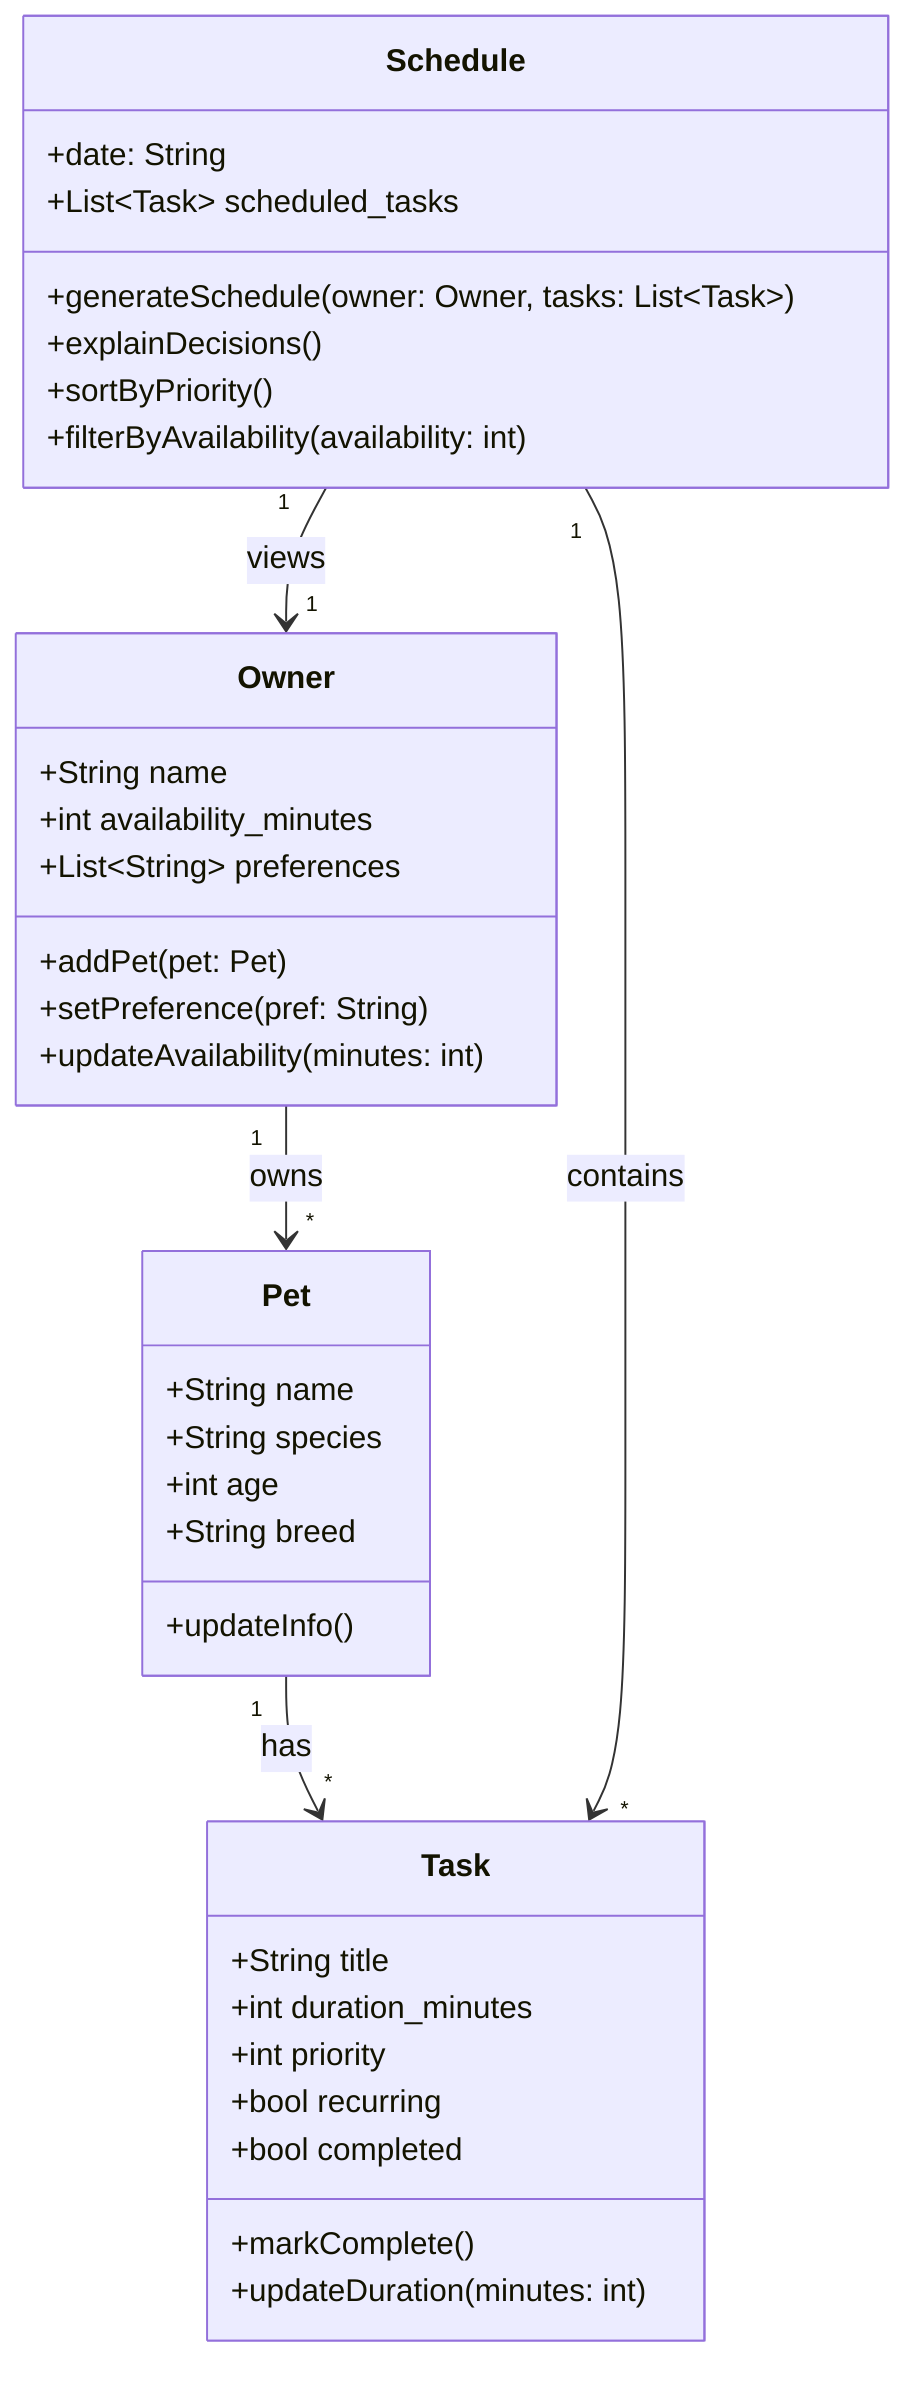
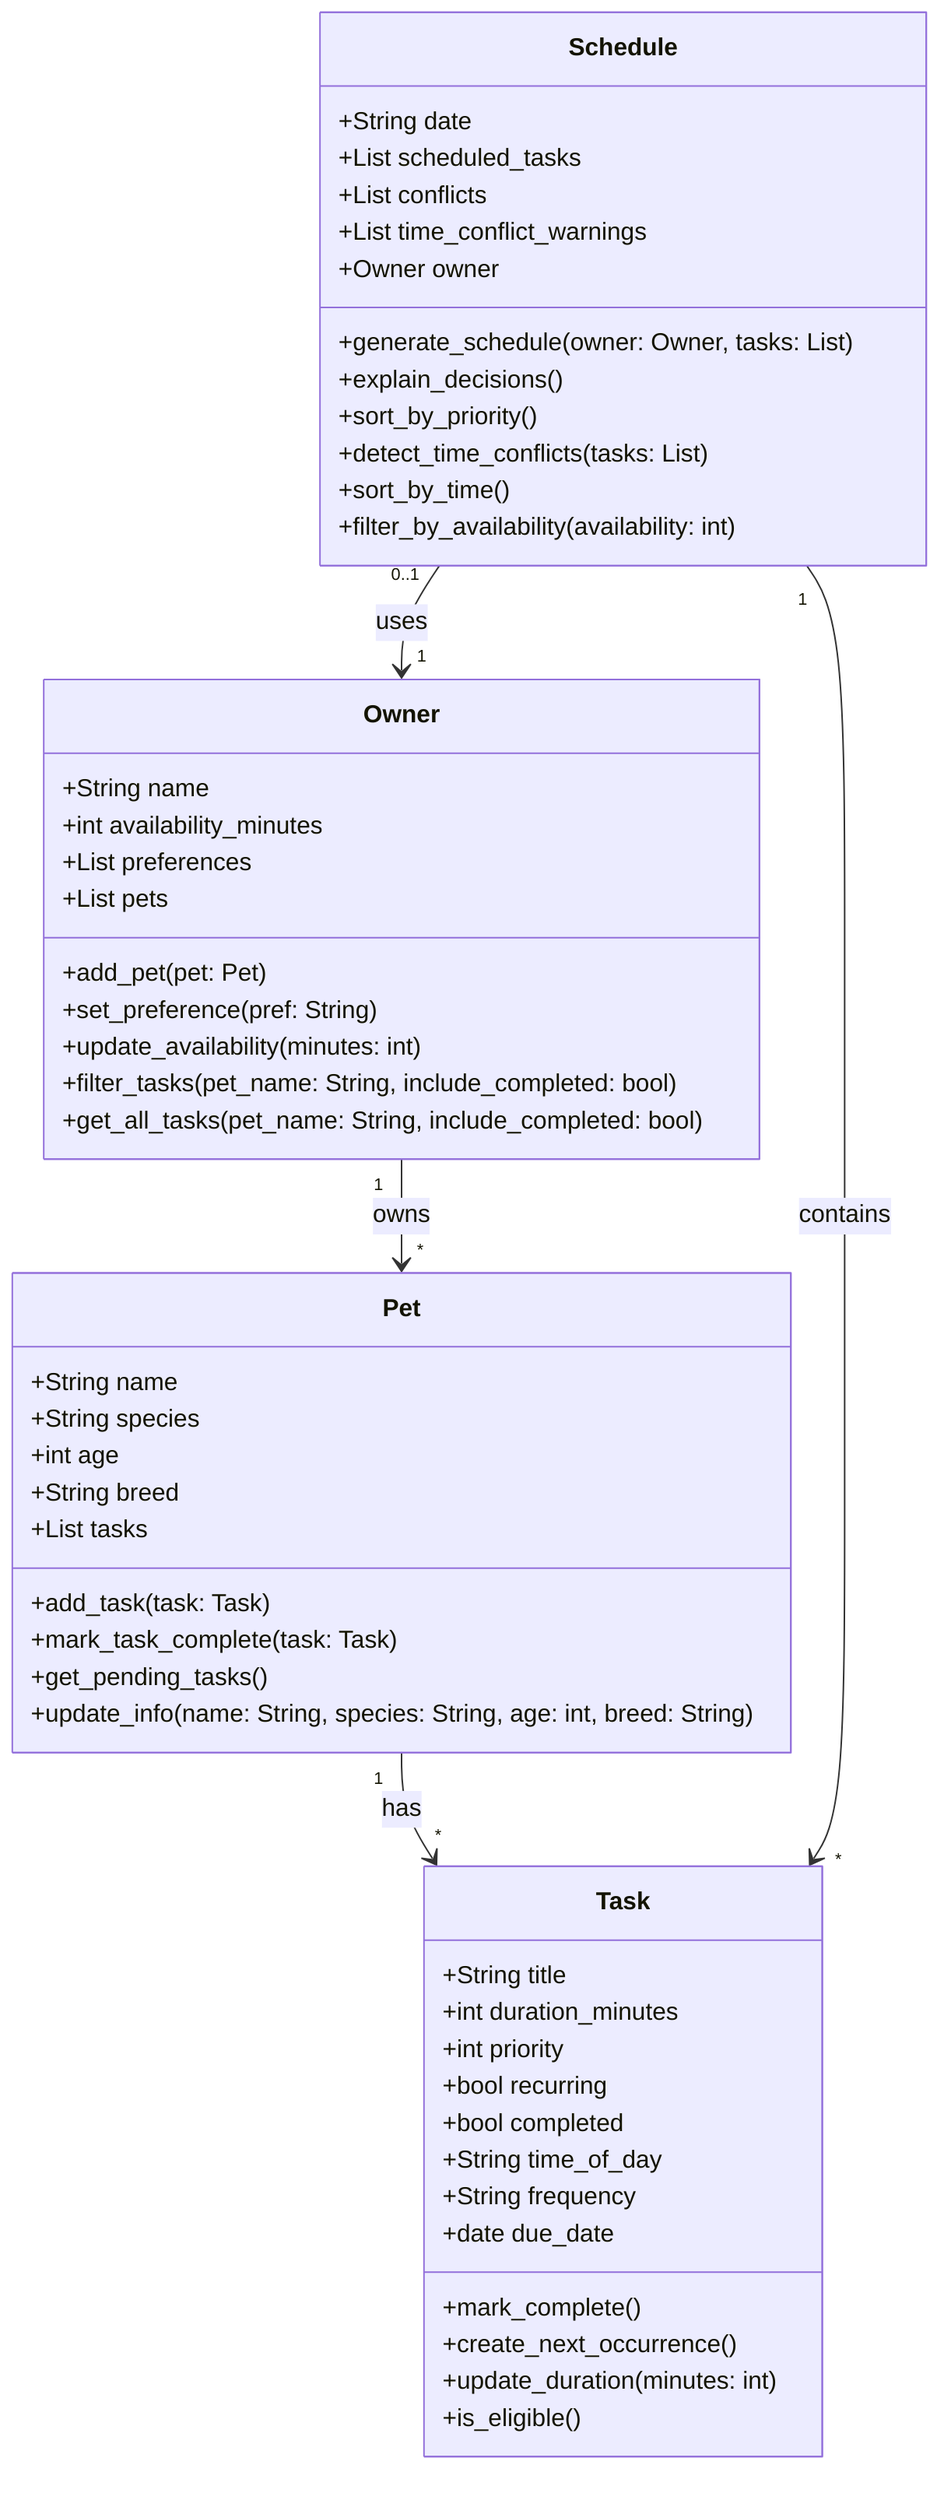
classDiagram
-     %% PawPal+ Core Class Diagram
+     %% PawPal+ final class diagram

    class Owner {
        +String name
        +int availability_minutes
-         +List~String~ preferences
-         +addPet(pet: Pet)
-         +setPreference(pref: String)
-         +updateAvailability(minutes: int)
+         +List preferences
+         +List pets
+         +add_pet(pet: Pet)
+         +set_preference(pref: String)
+         +update_availability(minutes: int)
+         +filter_tasks(pet_name: String, include_completed: bool)
+         +get_all_tasks(pet_name: String, include_completed: bool)
    }

    class Pet {
        +String name
        +String species
        +int age
        +String breed
-         +updateInfo()
+         +List tasks
+         +add_task(task: Task)
+         +mark_task_complete(task: Task)
+         +get_pending_tasks()
+         +update_info(name: String, species: String, age: int, breed: String)
    }

    class Task {
        +String title
        +int duration_minutes
        +int priority
        +bool recurring
        +bool completed
-         +markComplete()
-         +updateDuration(minutes: int)
+         +String time_of_day
+         +String frequency
+         +date due_date
+         +mark_complete()
+         +create_next_occurrence()
+         +update_duration(minutes: int)
+         +is_eligible()
    }

    class Schedule {
-         +date: String
-         +List~Task~ scheduled_tasks
-         +generateSchedule(owner: Owner, tasks: List~Task~)
-         +explainDecisions()
-         +sortByPriority()
-         +filterByAvailability(availability: int)
+         +String date
+         +List scheduled_tasks
+         +List conflicts
+         +List time_conflict_warnings
+         +Owner owner
+         +generate_schedule(owner: Owner, tasks: List)
+         +explain_decisions()
+         +sort_by_priority()
+         +detect_time_conflicts(tasks: List)
+         +sort_by_time()
+         +filter_by_availability(availability: int)
    }

    %% Relationships
    Owner "1" --> "*" Pet : owns
    Pet "1" --> "*" Task : has
    Schedule "1" --> "*" Task : contains
-     Schedule "1" --> "1" Owner : views
+     Schedule "0..1" --> "1" Owner : uses

